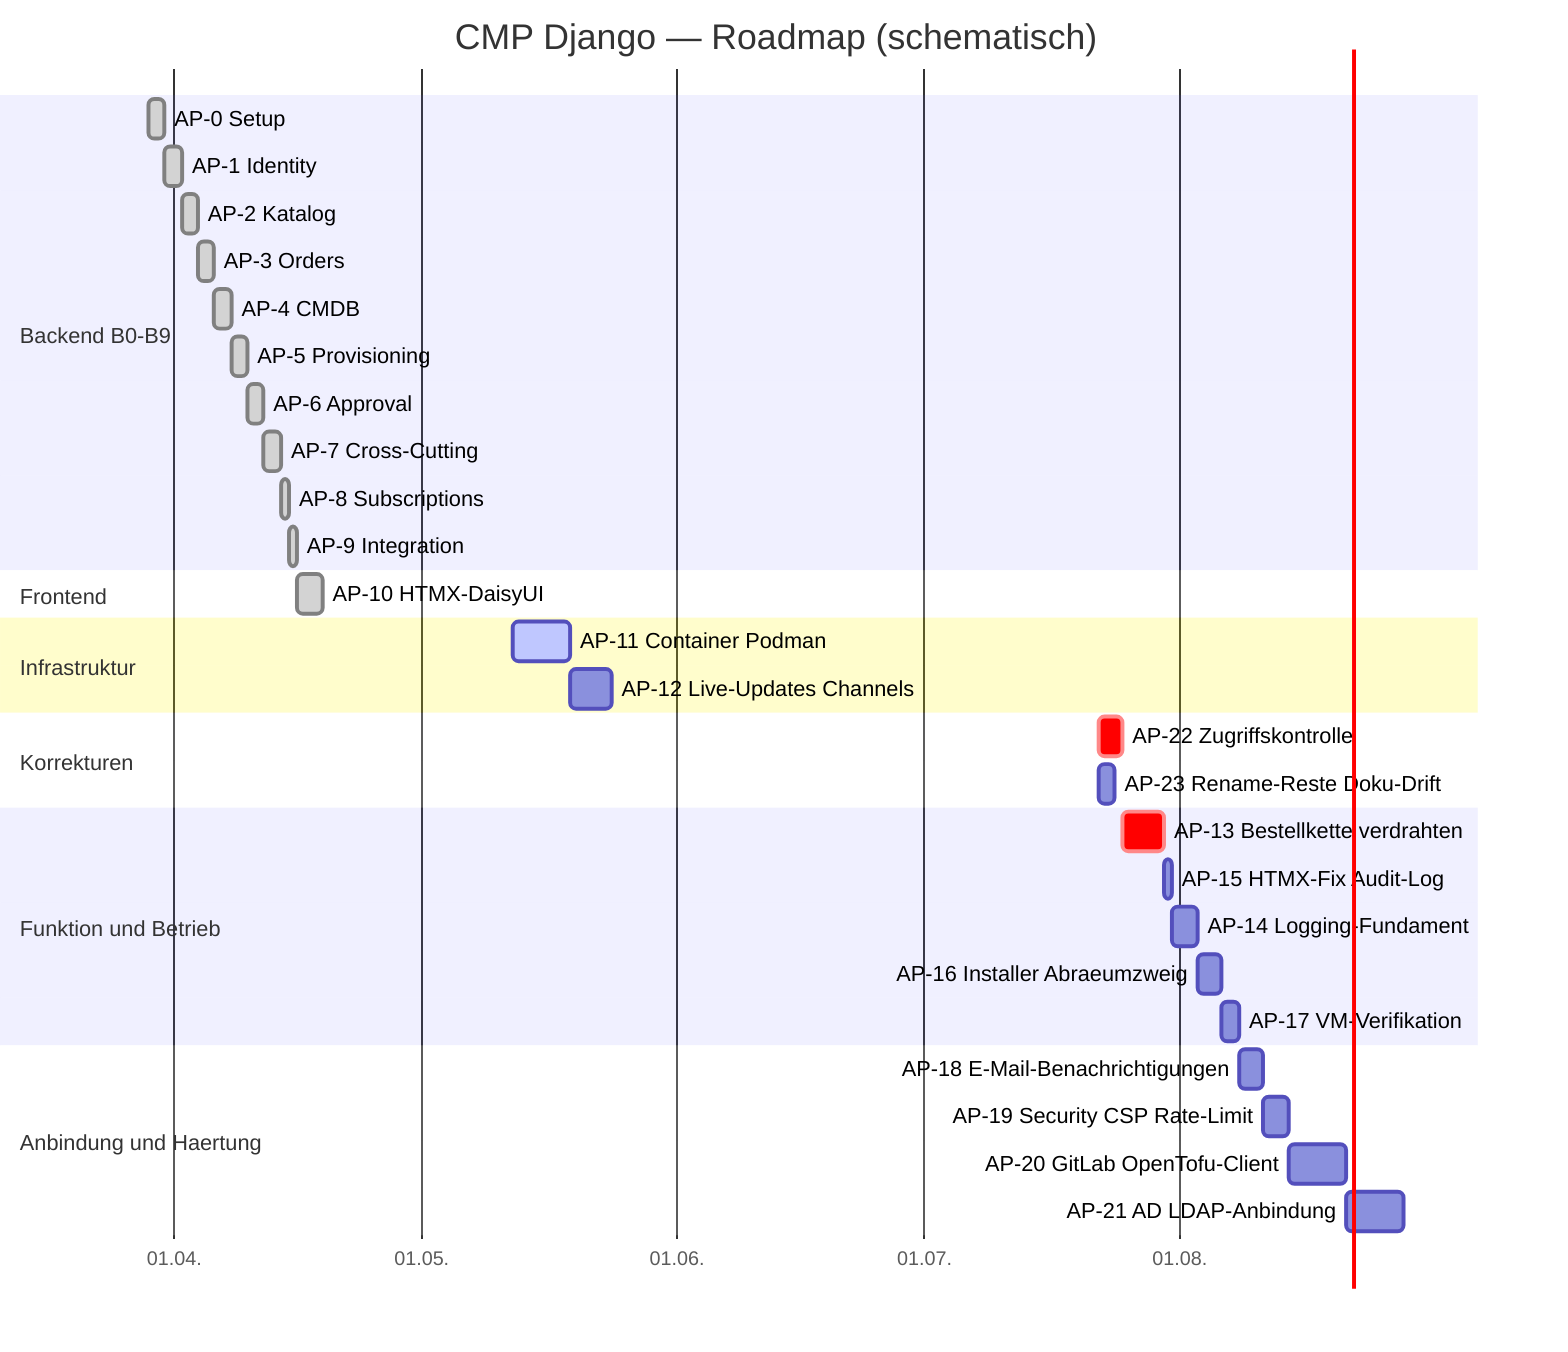
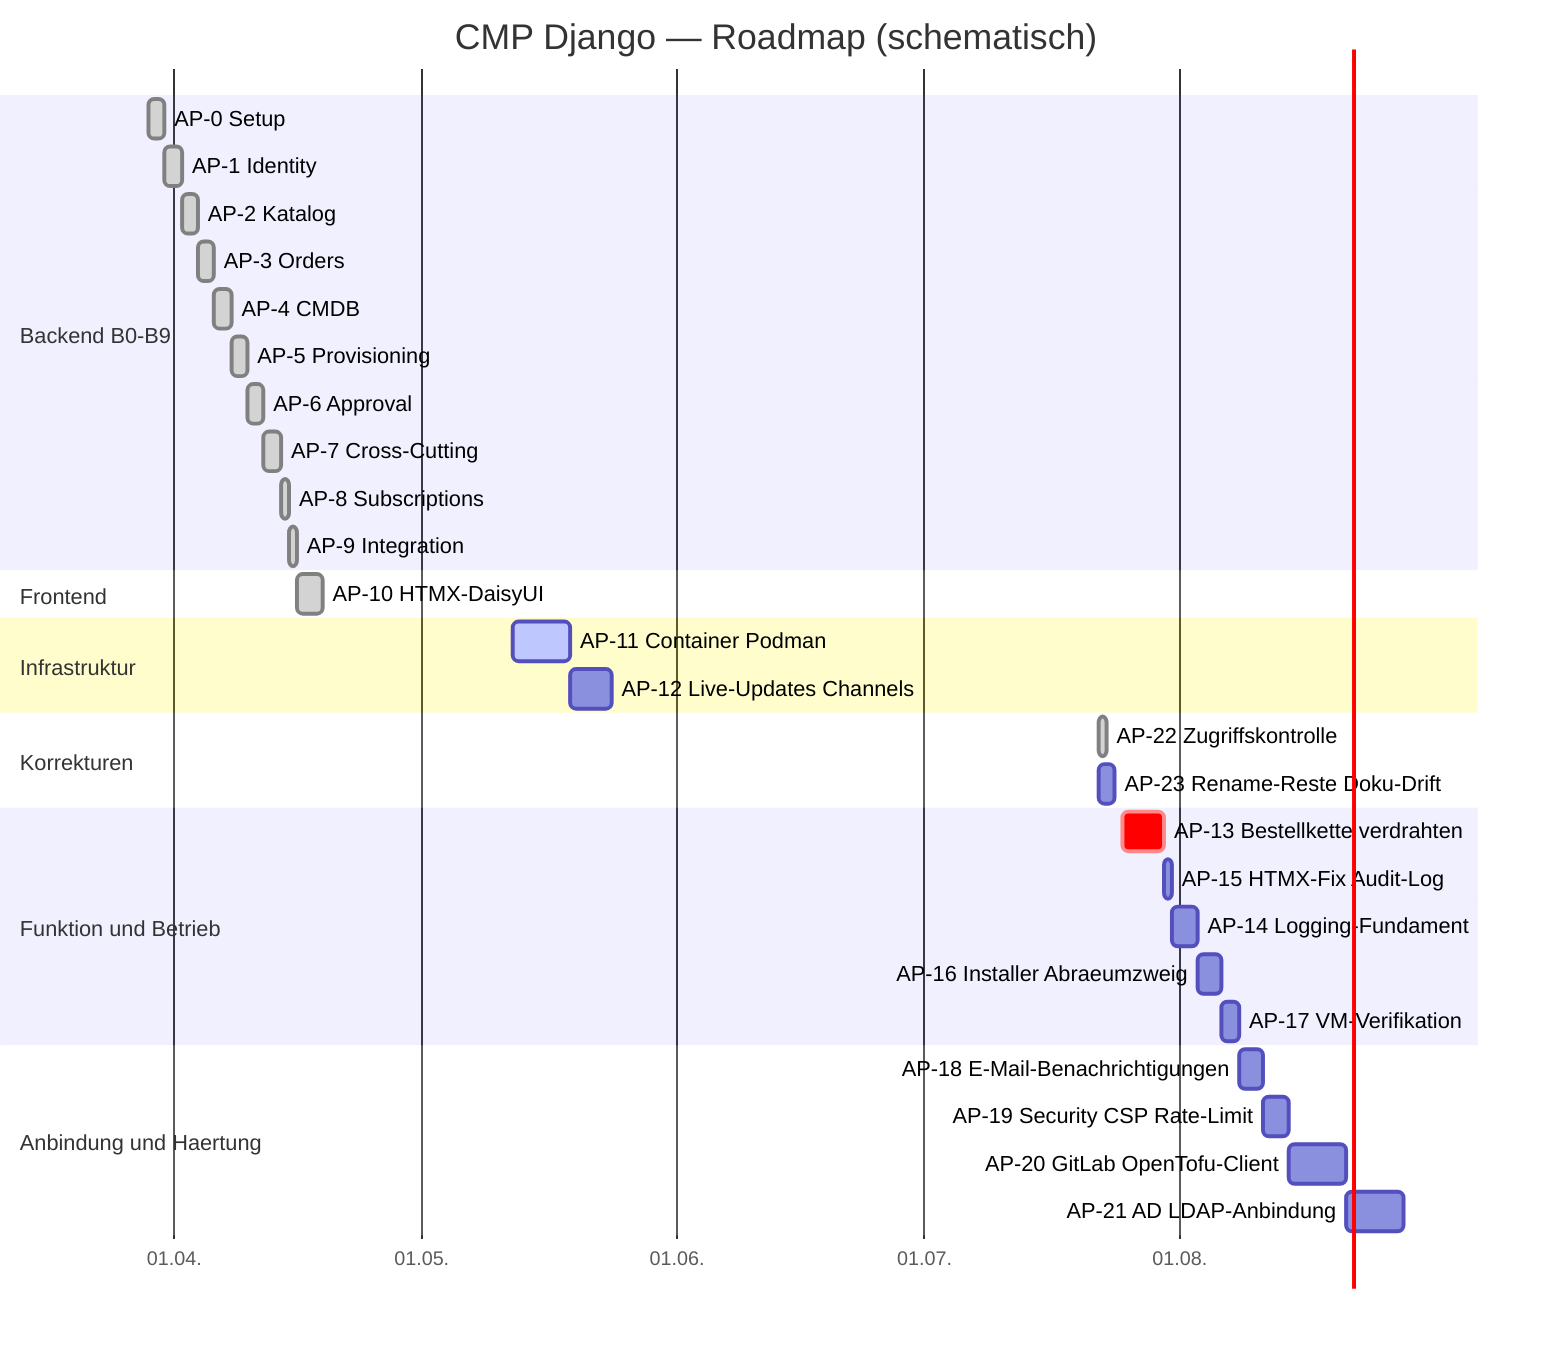
gantt
    title CMP Django — Roadmap (schematisch)
    dateFormat YYYY-MM-DD
    axisFormat %d.%m.
    section Backend B0-B9
    AP-0 Setup            :done, a0, 2026-03-29, 2d
    AP-1 Identity         :done, a1, 2026-03-31, 2d
    AP-2 Katalog          :done, a2, 2026-04-02, 2d
    AP-3 Orders           :done, a3, 2026-04-04, 2d
    AP-4 CMDB             :done, a4, 2026-04-06, 2d
    AP-5 Provisioning     :done, a5, 2026-04-08, 2d
    AP-6 Approval         :done, a6, 2026-04-10, 2d
    AP-7 Cross-Cutting    :done, a7, 2026-04-12, 2d
    AP-8 Subscriptions    :done, a8, 2026-04-14, 1d
    AP-9 Integration      :done, a9, 2026-04-15, 1d
    section Frontend
    AP-10 HTMX-DaisyUI    :done, a10, 2026-04-16, 3d
    section Infrastruktur
    AP-11 Container Podman :active, a11, 2026-05-12, 7d
    AP-12 Live-Updates Channels :a12, 2026-05-19, 5d
    section Korrekturen
-     AP-22 Zugriffskontrolle       :crit, a22, 2026-07-22, 3d
+     AP-22 Zugriffskontrolle       :done, a22, 2026-07-22, 1d
    AP-23 Rename-Reste Doku-Drift :a23, 2026-07-22, 2d
    section Funktion und Betrieb
    AP-13 Bestellkette verdrahten :crit, a13, 2026-07-25, 5d
    AP-15 HTMX-Fix Audit-Log      :a15, 2026-07-30, 1d
    AP-14 Logging-Fundament       :a14, 2026-07-31, 3d
    AP-16 Installer Abraeumzweig  :a16, 2026-08-03, 3d
    AP-17 VM-Verifikation         :a17, 2026-08-06, 2d
    section Anbindung und Haertung
    AP-18 E-Mail-Benachrichtigungen :a18, 2026-08-08, 3d
    AP-19 Security CSP Rate-Limit   :a19, 2026-08-11, 3d
    AP-20 GitLab OpenTofu-Client    :a20, 2026-08-14, 7d
    AP-21 AD LDAP-Anbindung         :a21, 2026-08-21, 7d
